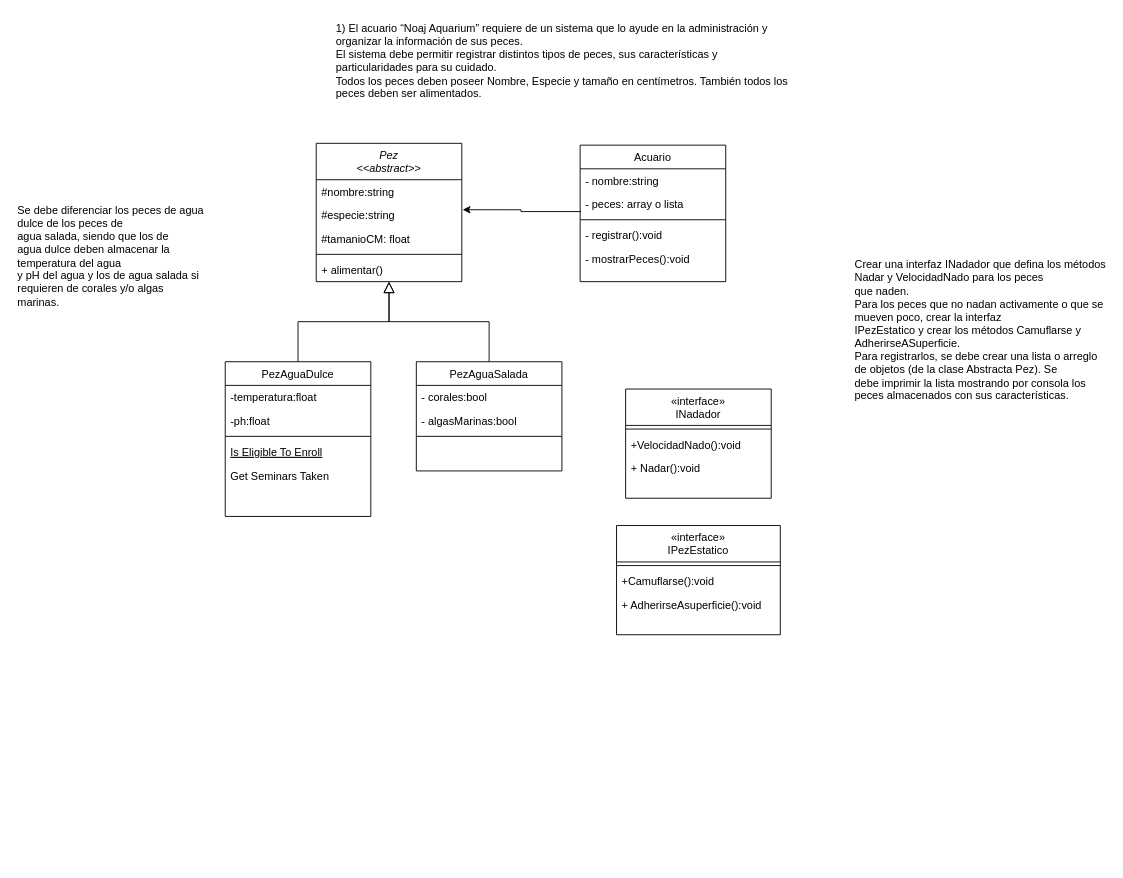
This is DesarrolloOrientadoObjetos/ejerciciosObligatorios6/Acuario.drawio from monick96/PracticeCsharp, a draw.io file, before an edit. Source tidied: cells renumbered, new cells numbered last; positions are measured from the earlier drawing's top-left corner, leaving out a move shared by most shapes. Both pictures are drawn from the tidied source at 91%, with x=0, y=0 at pixel (15, 15).
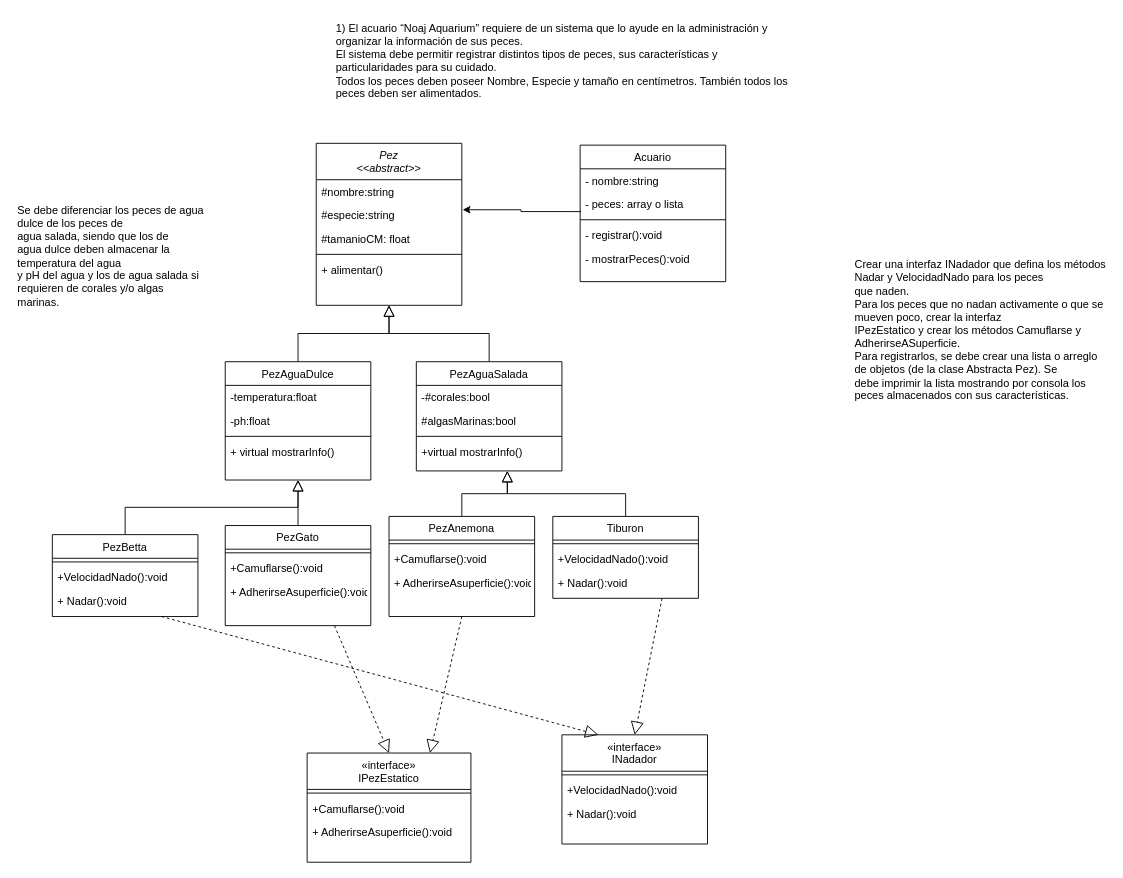
The same diagram, later.

Unchanged cells that the change refers to:
```xml
<mxCell id="15" value="PezAguaSalada" style="swimlane;fontStyle=0;align=center;verticalAlign=top;horizontal=1;startSize=26;rounded=0;shadow=0;strokeWidth=1;" parent="1" vertex="1">
  <mxGeometry x="440" y="380" width="160" height="120" as="geometry" />
</mxCell>
```

Diff of the diagram source:
```diff
@@
     <mxCell id="2" value="Pez&#10;&lt;&lt;abstract&gt;&gt;" style="swimlane;fontStyle=2;align=center;verticalAlign=top;horizontal=1;startSize=40;rounded=0;shadow=0;strokeWidth=1;" parent="1" vertex="1">
-      <mxGeometry x="330" y="140" width="160" height="152" as="geometry" />
+      <mxGeometry x="330" y="140" width="160" height="178" as="geometry" />
     </mxCell>
@@
     <mxCell id="8" value="PezAguaDulce" style="swimlane;fontStyle=0;align=center;verticalAlign=top;horizontal=1;startSize=26;rounded=0;shadow=0;strokeWidth=1;" parent="1" vertex="1">
-      <mxGeometry x="230" y="380" width="160" height="170" as="geometry" />
+      <mxGeometry x="230" y="380" width="160" height="130" as="geometry" />
     </mxCell>
@@
-    <mxCell id="12" value="Is Eligible To Enroll" style="text;align=left;verticalAlign=top;spacingLeft=4;spacingRight=4;overflow=hidden;fontStyle=4;" parent="8" vertex="1">
-      <mxGeometry y="86" width="160" height="26" as="geometry" />
-    </mxCell>
-    <mxCell id="13" value="Get Seminars Taken" style="text;align=left;verticalAlign=top;spacingLeft=4;spacingRight=4;overflow=hidden;" parent="8" vertex="1">
-      <mxGeometry y="112" width="160" height="26" as="geometry" />
-    </mxCell>
+    <mxCell id="38" value="+ virtual mostrarInfo()" style="text;align=left;verticalAlign=top;spacingLeft=4;spacingRight=4;overflow=hidden;" parent="8" vertex="1">
+      <mxGeometry y="86" width="160" height="26" as="geometry" />
+    </mxCell>
@@
-    <mxCell id="16" value="- corales:bool" style="text;align=left;verticalAlign=top;spacingLeft=4;spacingRight=4;overflow=hidden;" parent="15" vertex="1">
+    <mxCell id="16" value="-#corales:bool" style="text;align=left;verticalAlign=top;spacingLeft=4;spacingRight=4;overflow=hidden;" parent="15" vertex="1">
       <mxGeometry y="26" width="160" height="26" as="geometry" />
     </mxCell>
-    <mxCell id="17" value="- algasMarinas:bool" style="text;align=left;verticalAlign=top;spacingLeft=4;spacingRight=4;overflow=hidden;" parent="15" vertex="1">
+    <mxCell id="17" value="#algasMarinas:bool" style="text;align=left;verticalAlign=top;spacingLeft=4;spacingRight=4;overflow=hidden;" parent="15" vertex="1">
       <mxGeometry y="52" width="160" height="26" as="geometry" />
     </mxCell>
@@
+    <mxCell id="39" value="+virtual mostrarInfo()" style="text;align=left;verticalAlign=top;spacingLeft=4;spacingRight=4;overflow=hidden;" parent="15" vertex="1">
+      <mxGeometry y="86" width="160" height="26" as="geometry" />
+    </mxCell>
@@
     <mxCell id="29" value="«interface»&#10;INadador" style="swimlane;fontStyle=0;align=center;verticalAlign=top;horizontal=1;startSize=40;rounded=0;shadow=0;strokeWidth=1;" parent="1" vertex="1">
-      <mxGeometry x="670" y="410" width="160" height="120" as="geometry" />
+      <mxGeometry x="600" y="790" width="160" height="120" as="geometry" />
     </mxCell>
@@
     <mxCell id="34" value="«interface»&#10;IPezEstatico" style="swimlane;fontStyle=0;align=center;verticalAlign=top;horizontal=1;startSize=40;rounded=0;shadow=0;strokeWidth=1;" parent="1" vertex="1">
-      <mxGeometry x="660" y="560" width="180" height="120" as="geometry" />
+      <mxGeometry x="320" y="810" width="180" height="120" as="geometry" />
     </mxCell>
@@
+    <mxCell id="40" value="Tiburon" style="swimlane;fontStyle=0;align=center;verticalAlign=top;horizontal=1;startSize=26;rounded=0;shadow=0;strokeWidth=1;" parent="1" vertex="1">
+      <mxGeometry x="590" y="550" width="160" height="90" as="geometry" />
+    </mxCell>
+    <mxCell id="41" style="line;html=1;strokeWidth=1;align=left;verticalAlign=middle;spacingTop=-1;spacingLeft=3;spacingRight=3;labelPosition=right;" parent="40" vertex="1">
+      <mxGeometry y="26" width="160" height="8" as="geometry" />
+    </mxCell>
+    <mxCell id="42" value="+VelocidadNado():void" style="text;align=left;verticalAlign=top;spacingLeft=4;spacingRight=4;overflow=hidden;" parent="40" vertex="1">
+      <mxGeometry y="34" width="160" height="26" as="geometry" />
+    </mxCell>
+    <mxCell id="43" value="+ Nadar():void" style="text;align=left;verticalAlign=top;spacingLeft=4;spacingRight=4;overflow=hidden;" parent="40" vertex="1">
+      <mxGeometry y="60" width="160" height="26" as="geometry" />
+    </mxCell>
+    <mxCell id="44" style="endArrow=block;endSize=10;endFill=0;shadow=0;strokeWidth=1;rounded=0;curved=0;edgeStyle=elbowEdgeStyle;elbow=vertical;exitX=0.5;exitY=0;exitDx=0;exitDy=0;" parent="1" edge="1" source="40">
+      <mxGeometry relative="1" as="geometry">
+        <mxPoint x="540" y="500" as="targetPoint" />
+      </mxGeometry>
+    </mxCell>
+    <mxCell id="45" style="endArrow=block;dashed=1;endFill=0;endSize=12;html=1;rounded=0;exitX=0.75;exitY=1;exitDx=0;exitDy=0;entryX=0.5;entryY=0;entryDx=0;entryDy=0;" parent="1" edge="1" source="40" target="29">
+      <mxGeometry relative="1" as="geometry" />
+    </mxCell>
+    <mxCell id="46" style="endArrow=block;endSize=10;endFill=0;shadow=0;strokeWidth=1;rounded=0;curved=0;edgeStyle=elbowEdgeStyle;elbow=vertical;exitX=0.5;exitY=0;exitDx=0;exitDy=0;" parent="1" edge="1" source="47">
+      <mxGeometry relative="1" as="geometry">
+        <mxPoint x="310" y="510" as="targetPoint" />
+      </mxGeometry>
+    </mxCell>
+    <mxCell id="47" value="PezGato" style="swimlane;fontStyle=0;align=center;verticalAlign=top;horizontal=1;startSize=26;rounded=0;shadow=0;strokeWidth=1;" parent="1" vertex="1">
+      <mxGeometry x="230" y="560" width="160" height="110" as="geometry" />
+    </mxCell>
+    <mxCell id="48" style="line;html=1;strokeWidth=1;align=left;verticalAlign=middle;spacingTop=-1;spacingLeft=3;spacingRight=3;labelPosition=right;" parent="47" vertex="1">
+      <mxGeometry y="26" width="160" height="8" as="geometry" />
+    </mxCell>
+    <mxCell id="49" value="+Camuflarse():void" style="text;align=left;verticalAlign=top;spacingLeft=4;spacingRight=4;overflow=hidden;" parent="47" vertex="1">
+      <mxGeometry y="34" width="160" height="26" as="geometry" />
+    </mxCell>
+    <mxCell id="50" value="+ AdherirseAsuperficie():void" style="text;align=left;verticalAlign=top;spacingLeft=4;spacingRight=4;overflow=hidden;" parent="47" vertex="1">
+      <mxGeometry y="60" width="160" height="26" as="geometry" />
+    </mxCell>
+    <mxCell id="51" style="endArrow=block;dashed=1;endFill=0;endSize=12;html=1;rounded=0;exitX=0.75;exitY=1;exitDx=0;exitDy=0;entryX=0.5;entryY=0;entryDx=0;entryDy=0;" parent="1" edge="1" source="47" target="34">
+      <mxGeometry relative="1" as="geometry" />
+    </mxCell>
+    <mxCell id="52" style="endArrow=block;endSize=10;endFill=0;shadow=0;strokeWidth=1;rounded=0;curved=0;edgeStyle=elbowEdgeStyle;elbow=vertical;exitX=0.5;exitY=0;exitDx=0;exitDy=0;" parent="1" edge="1" source="55">
+      <mxGeometry relative="1" as="geometry">
+        <mxPoint x="540" y="500" as="targetPoint" />
+      </mxGeometry>
+    </mxCell>
+    <mxCell id="53" style="endArrow=block;dashed=1;endFill=0;endSize=12;html=1;rounded=0;exitX=0.5;exitY=1;exitDx=0;exitDy=0;entryX=0.75;entryY=0;entryDx=0;entryDy=0;" parent="1" edge="1" source="55" target="34">
+      <mxGeometry relative="1" as="geometry" />
+    </mxCell>
+    <mxCell id="54" style="endArrow=block;endSize=10;endFill=0;shadow=0;strokeWidth=1;rounded=0;curved=0;edgeStyle=elbowEdgeStyle;elbow=vertical;exitX=0.5;exitY=0;exitDx=0;exitDy=0;" parent="1" edge="1" source="59">
+      <mxGeometry relative="1" as="geometry">
+        <mxPoint x="310" y="510" as="targetPoint" />
+      </mxGeometry>
+    </mxCell>
+    <mxCell id="55" value="PezAnemona" style="swimlane;fontStyle=0;align=center;verticalAlign=top;horizontal=1;startSize=26;rounded=0;shadow=0;strokeWidth=1;" parent="1" vertex="1">
+      <mxGeometry x="410" y="550" width="160" height="110" as="geometry" />
+    </mxCell>
+    <mxCell id="56" style="line;html=1;strokeWidth=1;align=left;verticalAlign=middle;spacingTop=-1;spacingLeft=3;spacingRight=3;labelPosition=right;" parent="55" vertex="1">
+      <mxGeometry y="26" width="160" height="8" as="geometry" />
+    </mxCell>
+    <mxCell id="57" value="+Camuflarse():void" style="text;align=left;verticalAlign=top;spacingLeft=4;spacingRight=4;overflow=hidden;" parent="55" vertex="1">
+      <mxGeometry y="34" width="160" height="26" as="geometry" />
+    </mxCell>
+    <mxCell id="58" value="+ AdherirseAsuperficie():void" style="text;align=left;verticalAlign=top;spacingLeft=4;spacingRight=4;overflow=hidden;" parent="55" vertex="1">
+      <mxGeometry y="60" width="160" height="26" as="geometry" />
+    </mxCell>
+    <mxCell id="59" value="PezBetta" style="swimlane;fontStyle=0;align=center;verticalAlign=top;horizontal=1;startSize=26;rounded=0;shadow=0;strokeWidth=1;" parent="1" vertex="1">
+      <mxGeometry x="40" y="570" width="160" height="90" as="geometry" />
+    </mxCell>
+    <mxCell id="60" style="line;html=1;strokeWidth=1;align=left;verticalAlign=middle;spacingTop=-1;spacingLeft=3;spacingRight=3;labelPosition=right;" parent="59" vertex="1">
+      <mxGeometry y="26" width="160" height="8" as="geometry" />
+    </mxCell>
+    <mxCell id="61" value="+VelocidadNado():void" style="text;align=left;verticalAlign=top;spacingLeft=4;spacingRight=4;overflow=hidden;" parent="59" vertex="1">
+      <mxGeometry y="34" width="160" height="26" as="geometry" />
+    </mxCell>
+    <mxCell id="62" value="+ Nadar():void" style="text;align=left;verticalAlign=top;spacingLeft=4;spacingRight=4;overflow=hidden;" parent="59" vertex="1">
+      <mxGeometry y="60" width="160" height="26" as="geometry" />
+    </mxCell>
+    <mxCell id="63" style="endArrow=block;dashed=1;endFill=0;endSize=12;html=1;rounded=0;entryX=0.25;entryY=0;entryDx=0;entryDy=0;exitX=0.75;exitY=1;exitDx=0;exitDy=0;" parent="1" edge="1" source="59" target="29">
+      <mxGeometry relative="1" as="geometry" />
+    </mxCell>
```
